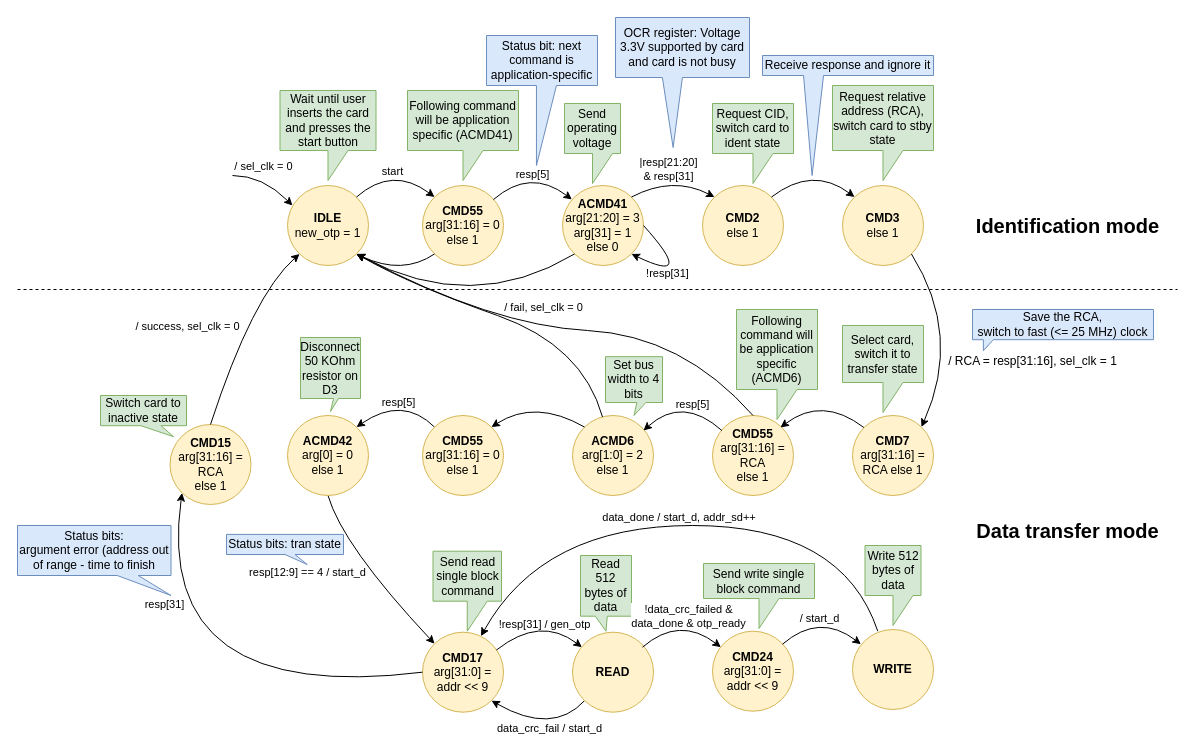
Above: docs/SD/SD_fpga_states.drawio in sirazenkov/GhostSD (draw.io), before the change. Source tidied: cells renumbered, new cells numbered last; positions are measured from the earlier drawing's top-left corner, leaving out a move shared by most shapes. Both pictures are drawn from the tidied source at 100%, with x=0, y=0 at pixel (17, 17).
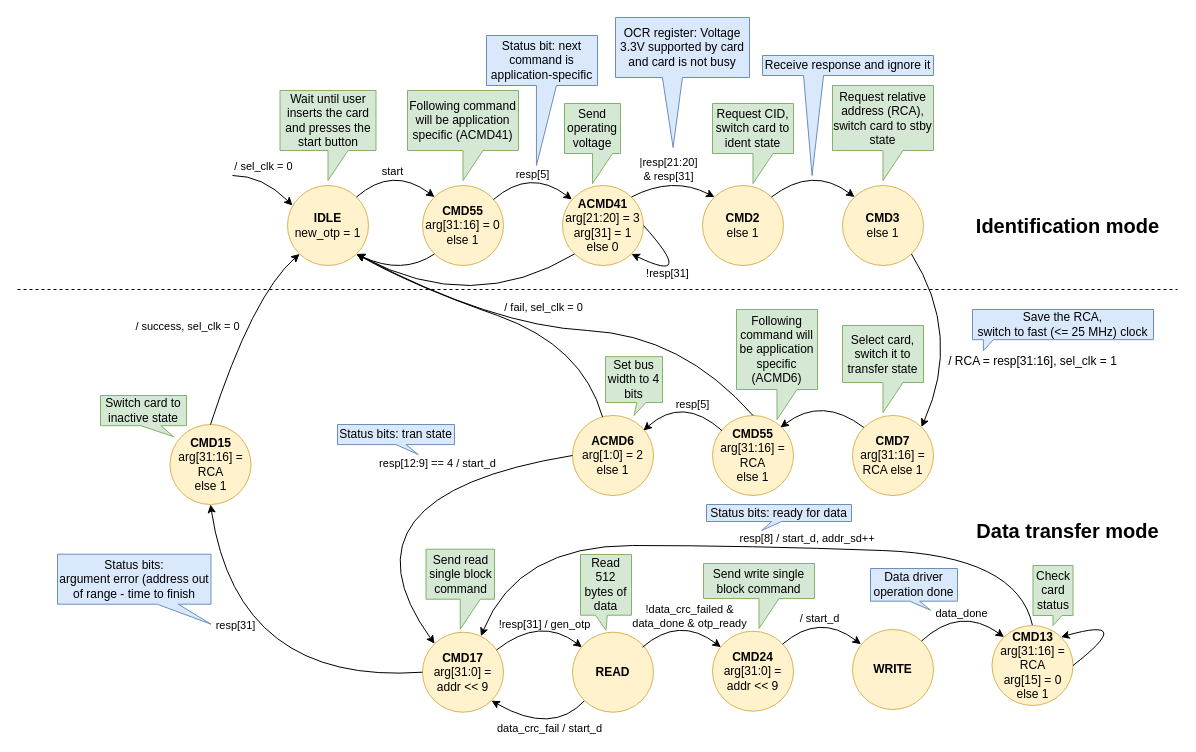
After the change.

Commit message (it also covers changes not shown here):
Added check status command

Unchanged cells that the change refers to:
```xml
<mxCell id="22" value="&lt;b&gt;ACMD6&lt;/b&gt;&lt;br&gt;arg[1:0] = 2&lt;br&gt;else 1" style="ellipse;whiteSpace=wrap;html=1;fillColor=#fff2cc;strokeColor=#d6b656;" parent="1" vertex="1">
  <mxGeometry x="555" y="398" width="81" height="80" as="geometry" />
</mxCell>
<mxCell id="25" value="&lt;b&gt;CMD17&lt;/b&gt;&lt;br&gt;arg[31:0] = addr &amp;lt;&amp;lt; 9" style="ellipse;whiteSpace=wrap;html=1;fillColor=#fff2cc;strokeColor=#d6b656;" parent="1" vertex="1">
  <mxGeometry x="405" y="614.7" width="81" height="80" as="geometry" />
</mxCell>
<mxCell id="35" value="&lt;b&gt;CMD15&lt;/b&gt;&lt;br&gt;arg[31:16] = RCA&lt;br&gt;else 1" style="ellipse;whiteSpace=wrap;html=1;fillColor=#fff2cc;strokeColor=#d6b656;" parent="1" vertex="1">
  <mxGeometry x="152.5" y="407" width="81" height="80" as="geometry" />
</mxCell>
<mxCell id="66" value="&lt;b&gt;WRITE&lt;/b&gt;" style="ellipse;whiteSpace=wrap;html=1;fillColor=#fff2cc;strokeColor=#d6b656;" parent="1" vertex="1">
  <mxGeometry x="835" y="612" width="81" height="80" as="geometry" />
</mxCell>
<mxCell id="67" style="curved=1;endArrow=classic;html=1;rounded=0;entryX=0;entryY=0;entryDx=0;entryDy=0;exitX=1;exitY=0;exitDx=0;exitDy=0;" parent="1" edge="1">
  <mxGeometry relative="1" as="geometry">
    <mxPoint x="625" y="629.7" as="sourcePoint" />
    <mxPoint x="703.4" y="629.7" as="targetPoint" />
    <Array as="points">
      <mxPoint x="661.7" y="598" />
    </Array>
  </mxGeometry>
</mxCell>
```

Diff of the diagram source:
```diff
@@
-    <mxCell id="26" style="curved=1;endArrow=none;html=1;rounded=0;exitX=0;exitY=0;exitDx=0;exitDy=0;startArrow=classic;startFill=1;endFill=0;entryX=0.5;entryY=1;entryDx=0;entryDy=0;" parent="1" edge="1" source="25" target="72">
+    <mxCell id="26" style="curved=1;endArrow=none;html=1;rounded=0;exitX=0;exitY=0;exitDx=0;exitDy=0;startArrow=classic;startFill=1;endFill=0;entryX=0;entryY=0.5;entryDx=0;entryDy=0;" parent="1" edge="1" source="25" target="22">
       <mxGeometry relative="1" as="geometry">
         <Array as="points">
-          <mxPoint x="325" y="528" />
+          <mxPoint x="310" y="478" />
         </Array>
       </mxGeometry>
     </mxCell>
     <mxCell id="27" value="resp[12:9] == 4 / start_d" style="edgeLabel;html=1;align=center;verticalAlign=middle;" parent="26" vertex="1">
       <mxGeometry x="0.23" y="-13" relative="1" as="geometry">
-        <mxPoint x="-58" y="21" as="offset" />
+        <mxPoint x="26" y="-32" as="offset" />
       </mxGeometry>
     </mxCell>
@@
-    <mxCell id="31" style="curved=1;endArrow=classic;html=1;rounded=0;entryX=0.722;entryY=0.049;entryDx=0;entryDy=0;exitX=0.312;exitY=0.021;exitDx=0;exitDy=0;entryPerimeter=0;exitPerimeter=0;" parent="1" edge="1" source="66" target="25">
+    <mxCell id="31" style="curved=1;endArrow=classic;html=1;rounded=0;entryX=0.722;entryY=0.049;entryDx=0;entryDy=0;exitX=0.5;exitY=0;exitDx=0;exitDy=0;entryPerimeter=0;" parent="1" edge="1" source="80" target="25">
       <mxGeometry relative="1" as="geometry">
         <Array as="points">
-          <mxPoint x="825" y="508" />
-          <mxPoint x="525" y="508" />
+          <mxPoint x="1000" y="538" />
+          <mxPoint x="730" y="528" />
+          <mxPoint x="500" y="528" />
         </Array>
       </mxGeometry>
     </mxCell>
-    <mxCell id="32" value="&amp;nbsp;data_done / start_d, addr_sd++" style="edgeLabel;html=1;align=center;verticalAlign=middle;" parent="31" vertex="1">
+    <mxCell id="32" value="&amp;nbsp;resp[8] / start_d, addr_sd++" style="edgeLabel;html=1;align=center;verticalAlign=middle;" parent="31" vertex="1">
       <mxGeometry x="-0.22" y="13" relative="1" as="geometry">
-        <mxPoint x="-67" y="-22" as="offset" />
+        <mxPoint x="-23" y="-23" as="offset" />
       </mxGeometry>
     </mxCell>
-    <mxCell id="33" style="curved=1;endArrow=classic;html=1;rounded=0;exitX=0;exitY=0.5;exitDx=0;exitDy=0;entryX=0;entryY=1;entryDx=0;entryDy=0;" parent="1" edge="1" source="25" target="35">
+    <mxCell id="33" style="curved=1;endArrow=classic;html=1;rounded=0;exitX=0;exitY=0.5;exitDx=0;exitDy=0;entryX=0.5;entryY=1;entryDx=0;entryDy=0;" parent="1" edge="1" source="25" target="35">
       <mxGeometry relative="1" as="geometry">
         <Array as="points">
-          <mxPoint x="135" y="688" />
+          <mxPoint x="220" y="668" />
         </Array>
       </mxGeometry>
     </mxCell>
     <mxCell id="34" value="resp[31]" style="edgeLabel;html=1;align=center;verticalAlign=middle;" parent="33" vertex="1">
       <mxGeometry x="0.31" y="-50" relative="1" as="geometry">
-        <mxPoint x="-44" y="-62" as="offset" />
+        <mxPoint x="-44" y="2" as="offset" />
       </mxGeometry>
     </mxCell>
@@
     <mxCell id="44" value="Send read single block command" style="shape=callout;whiteSpace=wrap;html=1;perimeter=calloutPerimeter;fillColor=#d5e8d4;strokeColor=#82b366;" parent="1" vertex="1">
-      <mxGeometry x="415.5" y="533.7" width="68.5" height="80" as="geometry" />
+      <mxGeometry x="408.5" y="531.7" width="68.5" height="80" as="geometry" />
     </mxCell>
@@
     <mxCell id="60" value="Status bits: tran state" style="shape=callout;whiteSpace=wrap;html=1;perimeter=calloutPerimeter;fillColor=#dae8fc;strokeColor=#6c8ebf;size=10;position=0.5;position2=0.69;base=10;" parent="1" vertex="1">
-      <mxGeometry x="209" y="516.9" width="117" height="30.1" as="geometry" />
+      <mxGeometry x="320" y="407" width="117" height="30.1" as="geometry" />
     </mxCell>
     <mxCell id="61" value="Status bits:&lt;br&gt;argument error (address out of range - time to finish" style="shape=callout;whiteSpace=wrap;html=1;perimeter=calloutPerimeter;fillColor=#dae8fc;strokeColor=#6c8ebf;size=20;position=0.65;position2=1;base=21;" parent="1" vertex="1">
-      <mxGeometry y="508" width="153.5" height="70" as="geometry" />
+      <mxGeometry x="40" y="536.7" width="153.5" height="70" as="geometry" />
     </mxCell>
@@
     <mxCell id="64" value="Read 512 bytes of data" style="shape=callout;whiteSpace=wrap;html=1;perimeter=calloutPerimeter;fillColor=#d5e8d4;strokeColor=#82b366;size=15;position=0.29;base=12;" parent="1" vertex="1">
-      <mxGeometry x="563" y="538" width="51" height="75.7" as="geometry" />
+      <mxGeometry x="563" y="537" width="51" height="75.7" as="geometry" />
     </mxCell>
@@
     <mxCell id="68" value="!data_crc_failed &amp;amp;&lt;br&gt;data_done &amp;amp; otp_ready" style="edgeLabel;html=1;align=center;verticalAlign=middle;" parent="67" vertex="1">
       <mxGeometry x="-0.37" y="-7" relative="1" as="geometry">
-        <mxPoint x="17" y="-16" as="offset" />
+        <mxPoint x="18" y="-16" as="offset" />
       </mxGeometry>
     </mxCell>
-    <mxCell id="69" value="Write 512 bytes of data" style="shape=callout;whiteSpace=wrap;html=1;perimeter=calloutPerimeter;fillColor=#d5e8d4;strokeColor=#82b366;" parent="1" vertex="1">
-      <mxGeometry x="847.5" y="528" width="56" height="80" as="geometry" />
+    <mxCell id="69" value="Check card status" style="shape=callout;whiteSpace=wrap;html=1;perimeter=calloutPerimeter;fillColor=#d5e8d4;strokeColor=#82b366;size=10;position=0.5;base=9;position2=0.5;" parent="1" vertex="1">
+      <mxGeometry x="1015.5" y="548" width="40" height="60" as="geometry" />
     </mxCell>
@@
-    <mxCell id="72" value="&lt;b&gt;ACMD42&lt;/b&gt;&lt;br&gt;arg[0] = 0&lt;br&gt;else 1" style="ellipse;whiteSpace=wrap;html=1;fillColor=#fff2cc;strokeColor=#d6b656;" parent="1" vertex="1">
-      <mxGeometry x="270" y="398" width="81" height="80" as="geometry" />
-    </mxCell>
-    <mxCell id="73" style="curved=1;endArrow=none;html=1;rounded=0;exitX=1;exitY=0;exitDx=0;exitDy=0;startArrow=classic;startFill=1;endFill=0;entryX=0;entryY=0;entryDx=0;entryDy=0;" parent="1" edge="1" source="72" target="75">
-      <mxGeometry relative="1" as="geometry">
-        <Array as="points">
-          <mxPoint x="385" y="378" />
-        </Array>
-      </mxGeometry>
-    </mxCell>
-    <mxCell id="74" value="resp[5]" style="edgeLabel;html=1;align=center;verticalAlign=middle;" parent="73" vertex="1">
-      <mxGeometry x="-0.37" y="-7" relative="1" as="geometry">
-        <mxPoint x="11" y="-13" as="offset" />
-      </mxGeometry>
-    </mxCell>
-    <mxCell id="75" value="&lt;b&gt;CMD55&lt;br&gt;&lt;/b&gt;arg[31:16] = 0&lt;br&gt;else 1" style="ellipse;whiteSpace=wrap;html=1;fillColor=#fff2cc;strokeColor=#d6b656;" parent="1" vertex="1">
-      <mxGeometry x="405" y="398" width="81" height="80" as="geometry" />
-    </mxCell>
-    <mxCell id="76" style="curved=1;endArrow=none;html=1;rounded=0;exitX=1;exitY=0;exitDx=0;exitDy=0;entryX=0;entryY=0;entryDx=0;entryDy=0;startArrow=classic;startFill=1;endFill=0;" parent="1" edge="1" source="75" target="22">
-      <mxGeometry relative="1" as="geometry">
-        <Array as="points">
-          <mxPoint x="517.7" y="381.3" />
-        </Array>
-      </mxGeometry>
-    </mxCell>
-    <mxCell id="77" value="Disconnect 50 KOhm resistor on D3" style="shape=callout;whiteSpace=wrap;html=1;perimeter=calloutPerimeter;fillColor=#d5e8d4;strokeColor=#82b366;size=13;position=0.55;base=5;" parent="1" vertex="1">
-      <mxGeometry x="283" y="320" width="60" height="74" as="geometry" />
-    </mxCell>
@@
+    <mxCell id="80" value="&lt;b&gt;CMD13&lt;/b&gt;&lt;br&gt;arg[31:16] = RCA&lt;br&gt;arg[15] = 0&lt;br&gt;else 1" style="ellipse;whiteSpace=wrap;html=1;fillColor=#fff2cc;strokeColor=#d6b656;" parent="1" vertex="1">
+      <mxGeometry x="974.5" y="608" width="81" height="80" as="geometry" />
+    </mxCell>
+    <mxCell id="81" style="curved=1;endArrow=classic;html=1;rounded=0;entryX=0;entryY=0;entryDx=0;entryDy=0;exitX=1;exitY=0;exitDx=0;exitDy=0;" parent="1" edge="1" source="66" target="80">
+      <mxGeometry relative="1" as="geometry">
+        <Array as="points">
+          <mxPoint x="942.7" y="588" />
+        </Array>
+      </mxGeometry>
+    </mxCell>
+    <mxCell id="82" value="data_done" style="edgeLabel;html=1;align=center;verticalAlign=middle;" parent="81" vertex="1">
+      <mxGeometry x="0.14" y="-10" relative="1" as="geometry">
+        <mxPoint y="-6" as="offset" />
+      </mxGeometry>
+    </mxCell>
+    <mxCell id="83" style="curved=1;endArrow=classic;html=1;rounded=0;entryX=1;entryY=0;entryDx=0;entryDy=0;exitX=1;exitY=0.5;exitDx=0;exitDy=0;" parent="1" edge="1" source="80" target="80">
+      <mxGeometry relative="1" as="geometry">
+        <Array as="points">
+          <mxPoint x="1120" y="598" />
+        </Array>
+      </mxGeometry>
+    </mxCell>
+    <mxCell id="84" value="Status bits: ready for data" style="shape=callout;whiteSpace=wrap;html=1;perimeter=calloutPerimeter;fillColor=#dae8fc;strokeColor=#6c8ebf;size=9;position=0.45;position2=0.38;base=10;" parent="1" vertex="1">
+      <mxGeometry x="689" y="487" width="145" height="26" as="geometry" />
+    </mxCell>
+    <mxCell id="85" value="Data driver operation done" style="shape=callout;whiteSpace=wrap;html=1;perimeter=calloutPerimeter;fillColor=#dae8fc;strokeColor=#6c8ebf;size=9;position=0.45;position2=0.69;base=10;" parent="1" vertex="1">
+      <mxGeometry x="853" y="551" width="87" height="41.7" as="geometry" />
+    </mxCell>
```
